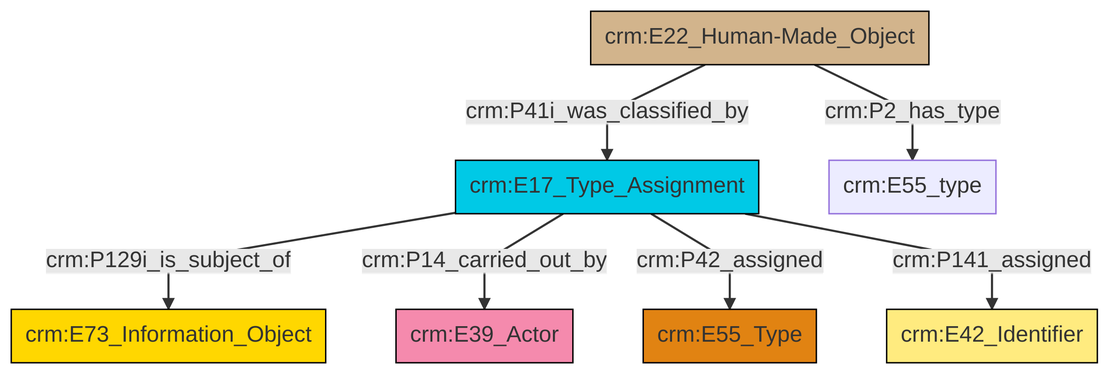
Before: et/builtWorkCSV/ttl/mmd/png/Built_Work_designation_status.png, a diagram exported from Mermaid (swiss-art-research-net/reference-data-models). Its source is kept beside it as et/builtWorkCSV/ttl/mmd/Built_Work_designation_status.ttl.mmd.
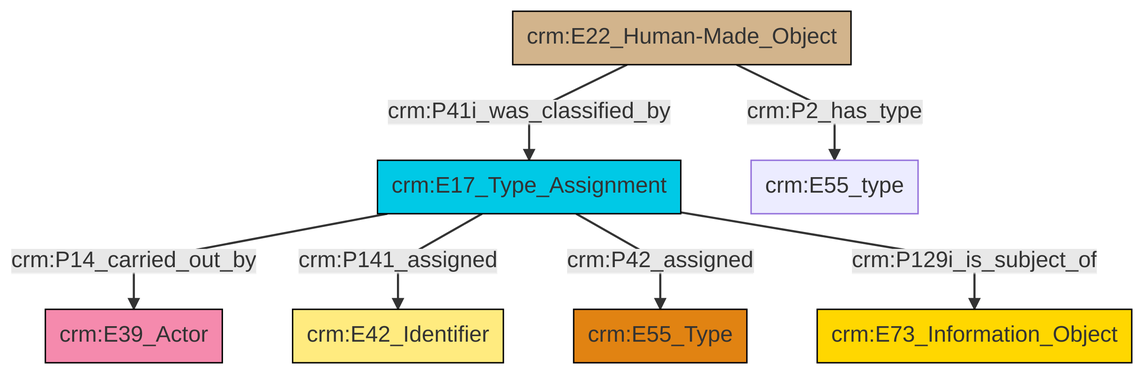
Above is the later version.

The edit, as a diff of the source:
```diff
@@ -13,9 +13,9 @@
 classDef PC_Classes fill:#4ce600, stroke:#000000;
 classDef Multi fill:#cccccc,stroke:#000000;
 
-0["crm:E22_Human-Made_Object"]:::Physical_Thing -->|crm:P41i_was_classified_by| 2["crm:E17_Type_Assignment"]:::Temporal_Entity
-2["crm:E17_Type_Assignment"]:::Temporal_Entity -->|crm:P129i_is_subject_of| 6["crm:E73_Information_Object"]:::Conceptual_Object
-2["crm:E17_Type_Assignment"]:::Temporal_Entity -->|crm:P14_carried_out_by| 8["crm:E39_Actor"]:::Actor
-2["crm:E17_Type_Assignment"]:::Temporal_Entity -->|crm:P42_assigned| 4["crm:E55_Type"]:::Type
-2["crm:E17_Type_Assignment"]:::Temporal_Entity -->|crm:P141_assigned| 10["crm:E42_Identifier"]:::Appellation
-0["crm:E22_Human-Made_Object"]:::Physical_Thing -->|crm:P2_has_type| 13["crm:E55_type"]:::Default
+0["crm:E17_Type_Assignment"]:::Temporal_Entity -->|crm:P14_carried_out_by| 1["crm:E39_Actor"]:::Actor
+0["crm:E17_Type_Assignment"]:::Temporal_Entity -->|crm:P141_assigned| 2["crm:E42_Identifier"]:::Appellation
+4["crm:E22_Human-Made_Object"]:::Physical_Thing -->|crm:P2_has_type| 5["crm:E55_type"]:::Default
+4["crm:E22_Human-Made_Object"]:::Physical_Thing -->|crm:P41i_was_classified_by| 0["crm:E17_Type_Assignment"]:::Temporal_Entity
+0["crm:E17_Type_Assignment"]:::Temporal_Entity -->|crm:P42_assigned| 10["crm:E55_Type"]:::Type
+0["crm:E17_Type_Assignment"]:::Temporal_Entity -->|crm:P129i_is_subject_of| 7["crm:E73_Information_Object"]:::Conceptual_Object
```
